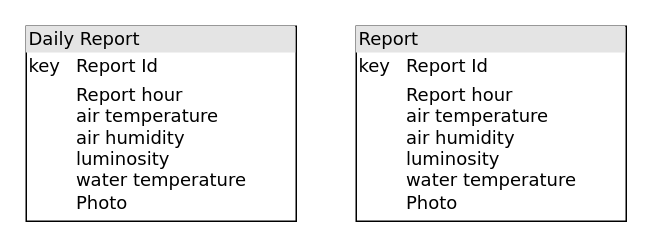
rafaelandrepedro/embebidos2122 keeps this draw.io diagram as Diagrams/database diagram.drawio. Above is the earlier version. Source tidied: cells renumbered, new cells numbered last; positions are measured from the earlier drawing's top-left corner, leaving out a move shared by most shapes. Both pictures are drawn from the tidied source at 150%, with x=0, y=0 at pixel (26, 26).
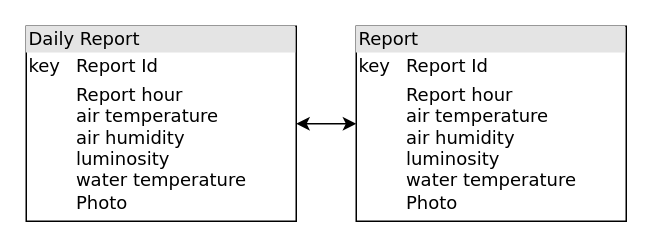
Above is the later version.

The edit, as a diff of the source:
```diff
@@
 <mxGraphModel>
   <root>
     <mxCell id="0" />
     <mxCell id="1" parent="0" />
     <mxCell id="2" value="&lt;div style=&quot;box-sizing: border-box ; width: 100% ; background: #e4e4e4 ; padding: 2px&quot;&gt;Report&lt;/div&gt;&lt;table style=&quot;width: 100% ; font-size: 1em&quot; cellpadding=&quot;2&quot; cellspacing=&quot;0&quot;&gt;&lt;tbody&gt;&lt;tr&gt;&lt;td&gt;key&lt;/td&gt;&lt;td&gt;Report Id&lt;br&gt;&lt;/td&gt;&lt;/tr&gt;&lt;tr&gt;&lt;td&gt;&lt;br&gt;&lt;/td&gt;&lt;td&gt;Report hour&lt;br&gt;air temperature&lt;br&gt;air humidity&lt;br&gt;luminosity&lt;br&gt;water temperature&lt;br&gt;Photo&lt;br&gt;&lt;br&gt;&lt;/td&gt;&lt;/tr&gt;&lt;/tbody&gt;&lt;/table&gt;" style="verticalAlign=top;align=left;overflow=fill;html=1;rounded=0;shadow=0;comic=0;labelBackgroundColor=none;strokeWidth=1;fontFamily=Verdana;fontSize=12;" parent="1" vertex="1">
       <mxGeometry x="220" width="180" height="130" as="geometry" />
     </mxCell>
     <mxCell id="3" value="&lt;div style=&quot;box-sizing: border-box ; width: 100% ; background: #e4e4e4 ; padding: 2px&quot;&gt;Daily Report&lt;/div&gt;&lt;table style=&quot;width: 100% ; font-size: 1em&quot; cellpadding=&quot;2&quot; cellspacing=&quot;0&quot;&gt;&lt;tbody&gt;&lt;tr&gt;&lt;td&gt;key&lt;/td&gt;&lt;td&gt;Report Id&lt;br&gt;&lt;/td&gt;&lt;/tr&gt;&lt;tr&gt;&lt;td&gt;&lt;br&gt;&lt;/td&gt;&lt;td&gt;Report hour&lt;br&gt;air temperature&lt;br&gt;air humidity&lt;br&gt;luminosity&lt;br&gt;water temperature&lt;br&gt;Photo&lt;br&gt;&lt;br&gt;&lt;/td&gt;&lt;/tr&gt;&lt;/tbody&gt;&lt;/table&gt;" style="verticalAlign=top;align=left;overflow=fill;html=1;rounded=0;shadow=0;comic=0;labelBackgroundColor=none;strokeWidth=1;fontFamily=Verdana;fontSize=12;" parent="1" vertex="1">
       <mxGeometry width="180" height="130" as="geometry" />
     </mxCell>
+    <mxCell id="4" style="endArrow=classic;startArrow=classic;html=1;rounded=0;exitX=1;exitY=0.5;exitDx=0;exitDy=0;entryX=0;entryY=0.5;entryDx=0;entryDy=0;" parent="1" edge="1" source="3" target="2">
+      <mxGeometry relative="1" as="geometry" />
+    </mxCell>
   </root>
 </mxGraphModel>
```
